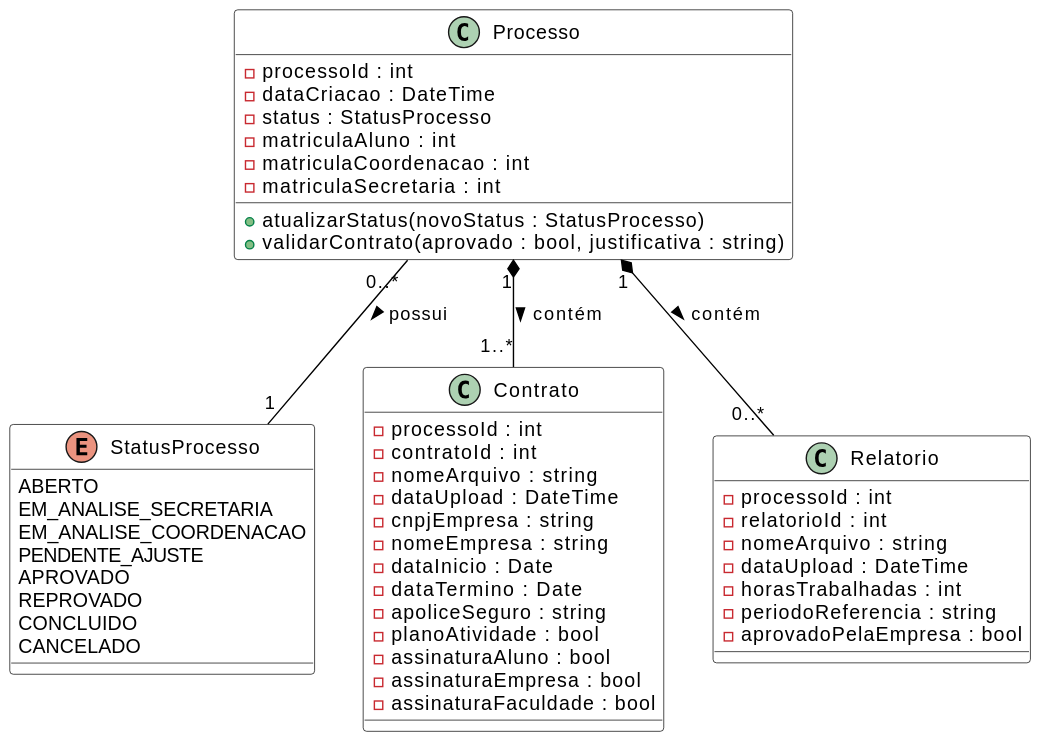
Projetos-de-Extensao/PBE_26.1_8002_III keeps this PlantUML diagram as docs/assets/Diagramas/out/diagrama_classes_processo.svg. Above is the earlier version.
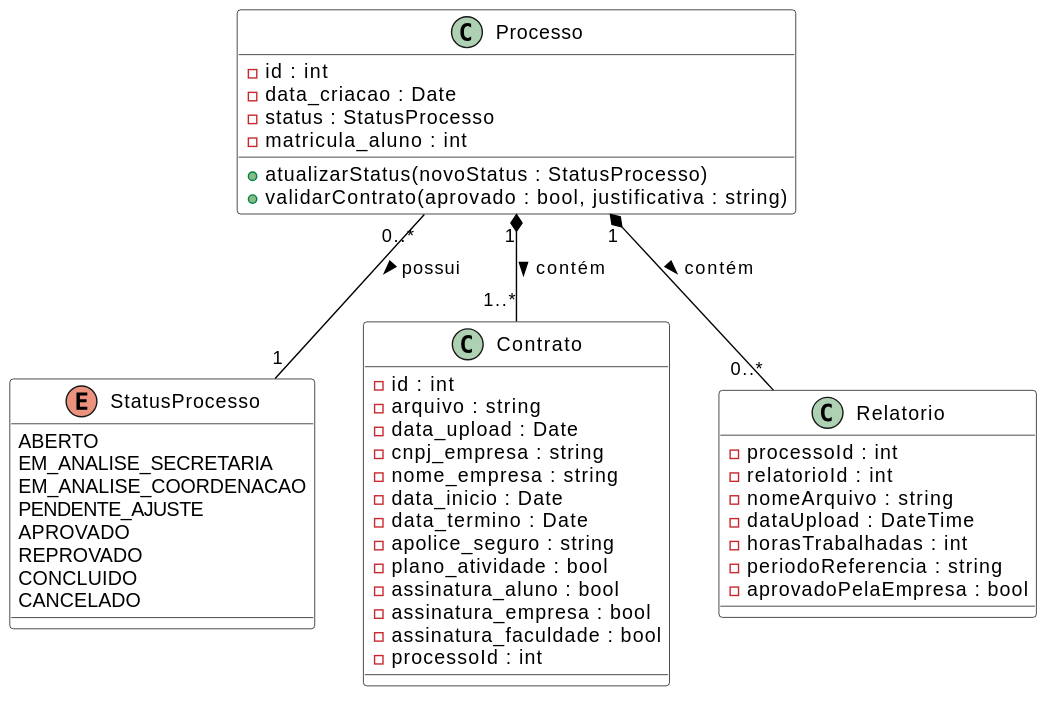
After the change.

Diff of the diagram source:
```diff
@@ -17,30 +17,28 @@
 }
 
 class Processo {
-- processoId : int
-- dataCriacao : DateTime
+- id : int
+- data_criacao : Date
 - status : StatusProcesso
-- matriculaAluno : int
-- matriculaCoordenacao : int
-- matriculaSecretaria : int
+- matricula_aluno : int
 + atualizarStatus(novoStatus : StatusProcesso)
 + validarContrato(aprovado : bool, justificativa : string)
 }
 
 class Contrato {
+- id : int
+- arquivo : string
+- data_upload : Date
+- cnpj_empresa : string
+- nome_empresa : string
+- data_inicio : Date
+- data_termino : Date
+- apolice_seguro : string
+- plano_atividade : bool
+- assinatura_aluno : bool
+- assinatura_empresa : bool
+- assinatura_faculdade : bool
 - processoId : int
-- contratoId : int
-- nomeArquivo : string
-- dataUpload : DateTime
-- cnpjEmpresa : string
-- nomeEmpresa : string
-- dataInicio : Date
-- dataTermino : Date
-- apoliceSeguro : string
-- planoAtividade : bool
-- assinaturaAluno : bool
-- assinaturaEmpresa : bool
-- assinaturaFaculdade : bool
 }
 
 class Relatorio {
```
